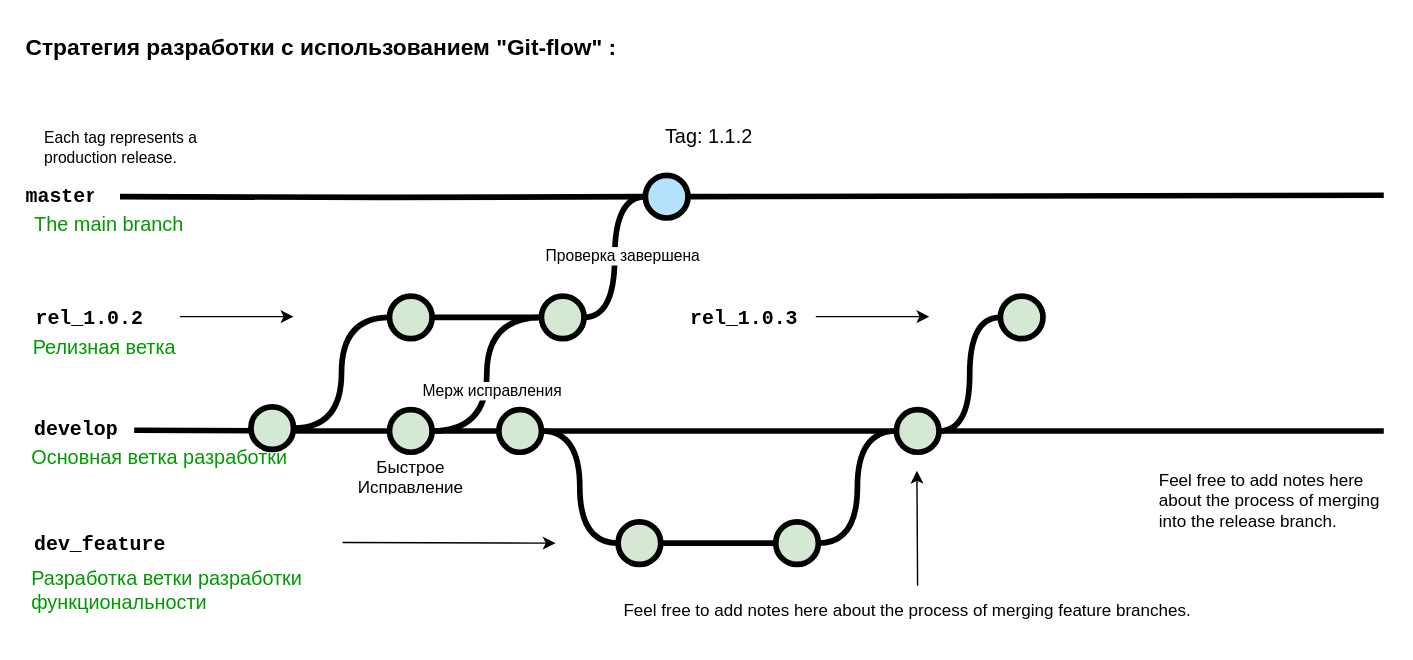
Before: Untitled Diagram.drawio in IronCaterpillar/diagrams, a draw.io diagram. Source tidied: cells renumbered, new cells numbered last; positions are measured from the earlier drawing's top-left corner, leaving out a move shared by most shapes. Both pictures are drawn from the tidied source at 142%, with x=0, y=0 at pixel (23, 24).
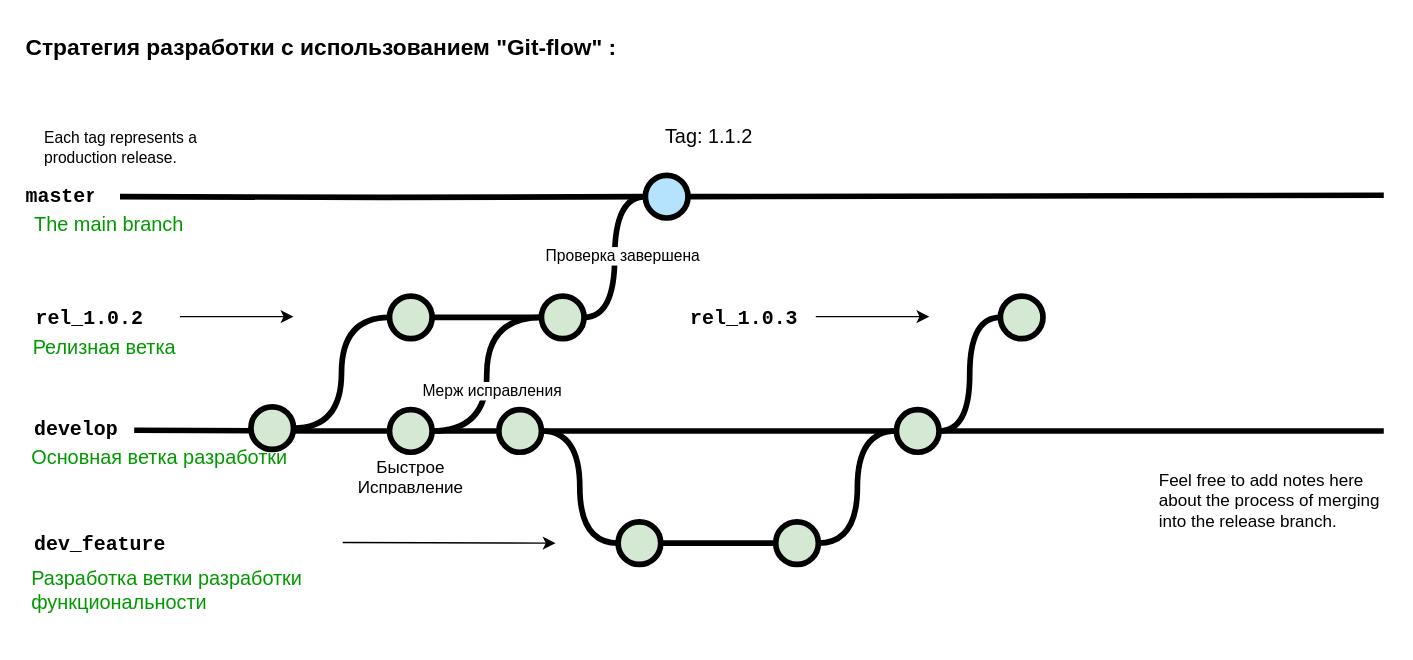
The same diagram, later.

Diff of the diagram source:
```diff
@@
-    <mxCell id="29" style="endArrow=classic;html=1;strokeWidth=1;fontFamily=Courier New;fontColor=#009900;exitX=0.5;exitY=0;exitDx=0;exitDy=0;" parent="1" edge="1" source="31">
-      <mxGeometry relative="1" as="geometry">
-        <mxPoint x="629.2" y="314" as="targetPoint" />
-      </mxGeometry>
-    </mxCell>
@@
-    <mxCell id="31" value="&lt;div style=&quot;&quot;&gt;&lt;span&gt;Feel free to add notes here about the process of merging feature branches.&lt;/span&gt;&lt;/div&gt;" style="text;html=1;strokeColor=none;fillColor=none;align=left;verticalAlign=middle;whiteSpace=wrap;overflow=hidden;fontSize=12;fontStyle=0;fontColor=#000000;" parent="1" vertex="1">
-      <mxGeometry x="420.6" y="395" width="418.2" height="36" as="geometry" />
-    </mxCell>
```
